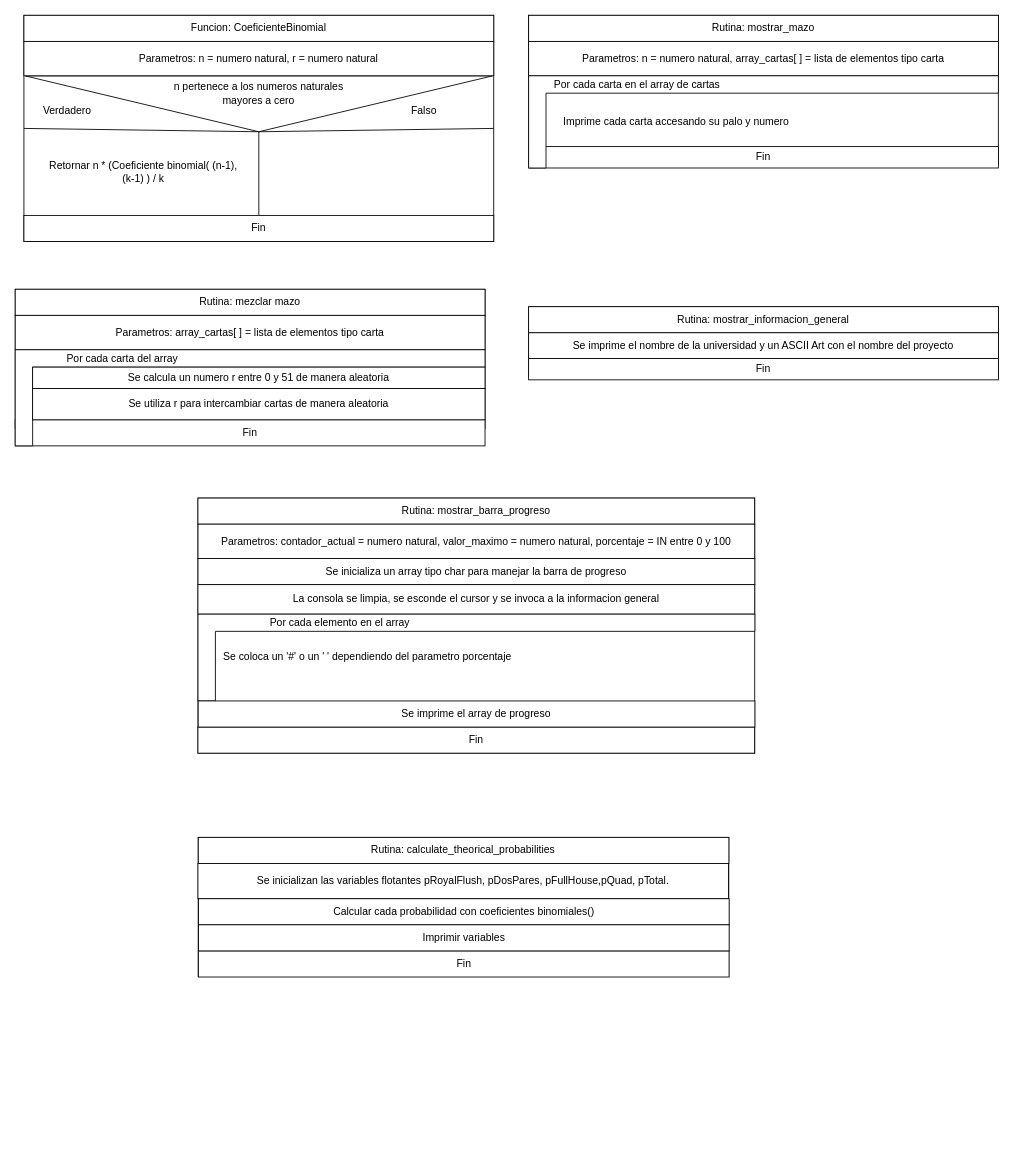
The draw.io diagram page "Page-1" (1 of 2) of diagramas_proyecto1.drawio in ealpizarp/poker_probabilities, before the edit. Source tidied: cells renumbered, new cells numbered last; positions are measured from the earlier drawing's top-left corner, leaving out a move shared by most shapes. Both pictures are drawn from the tidied source at 87%, with x=0, y=0 at pixel (15, -130).
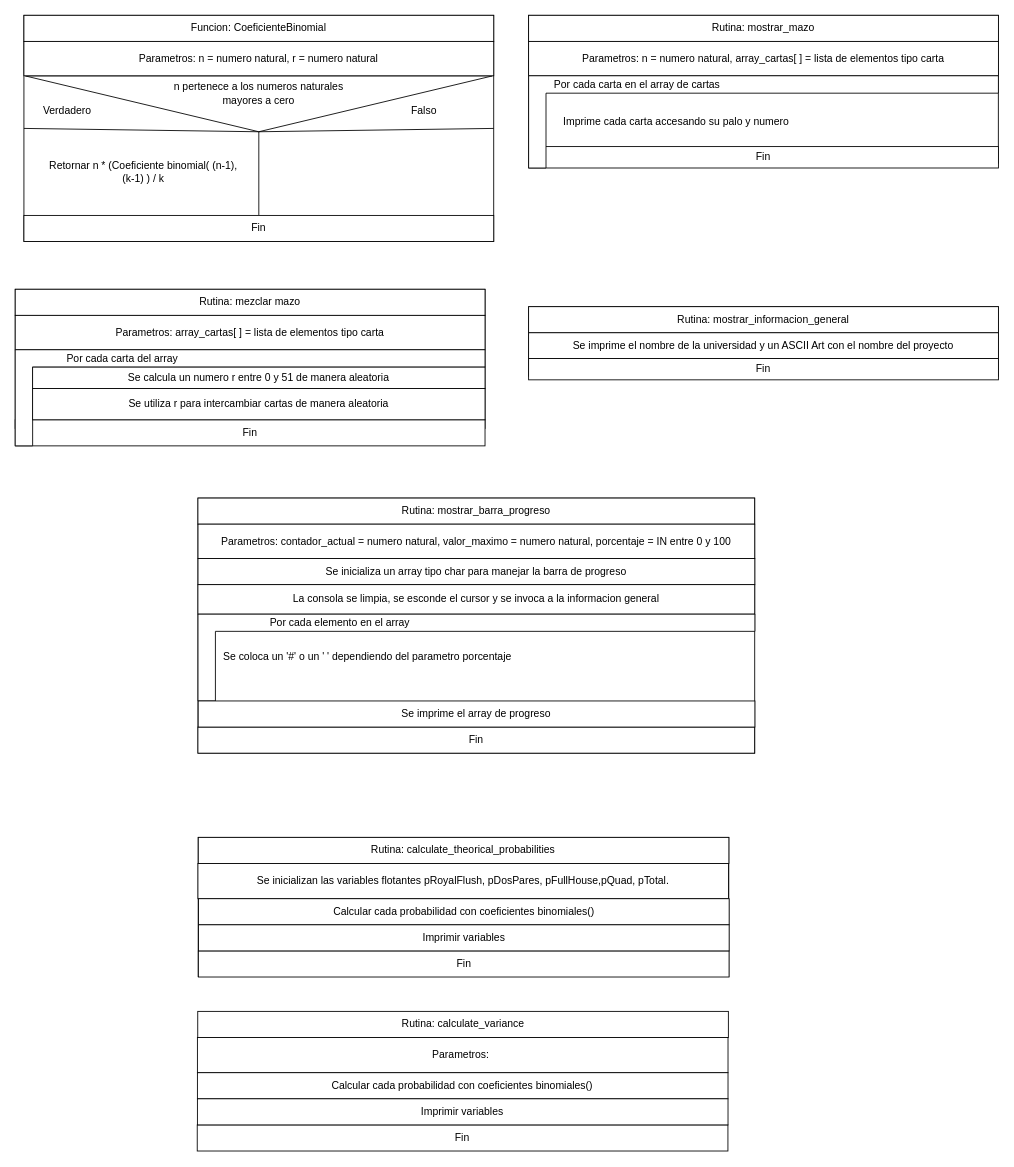
Above is the later version.

Change to the diagram source:
```diff
@@
+    <mxCell id="49" value="Rutina: calculate_variance" style="rounded=0;whiteSpace=wrap;html=1;" parent="1" vertex="1">
+      <mxGeometry x="209.8" y="1312" width="609.9" height="30" as="geometry" />
+    </mxCell>
+    <mxCell id="50" value="Fin" style="rounded=0;whiteSpace=wrap;html=1;" parent="1" vertex="1">
+      <mxGeometry x="209.2" y="1442.5" width="610" height="30" as="geometry" />
+    </mxCell>
+    <mxCell id="51" value="Parametros:&amp;nbsp;" style="rounded=0;whiteSpace=wrap;html=1;" parent="1" vertex="1">
+      <mxGeometry x="209.4" y="1342" width="609.9" height="40.5" as="geometry" />
+    </mxCell>
+    <mxCell id="52" value="Calcular cada probabilidad con coeficientes binomiales()" style="rounded=0;whiteSpace=wrap;html=1;" parent="1" vertex="1">
+      <mxGeometry x="209.4" y="1382.5" width="609.9" height="30" as="geometry" />
+    </mxCell>
+    <mxCell id="53" value="Imprimir variables" style="rounded=0;whiteSpace=wrap;html=1;" parent="1" vertex="1">
+      <mxGeometry x="209.4" y="1412.5" width="609.9" height="30" as="geometry" />
+    </mxCell>
```
